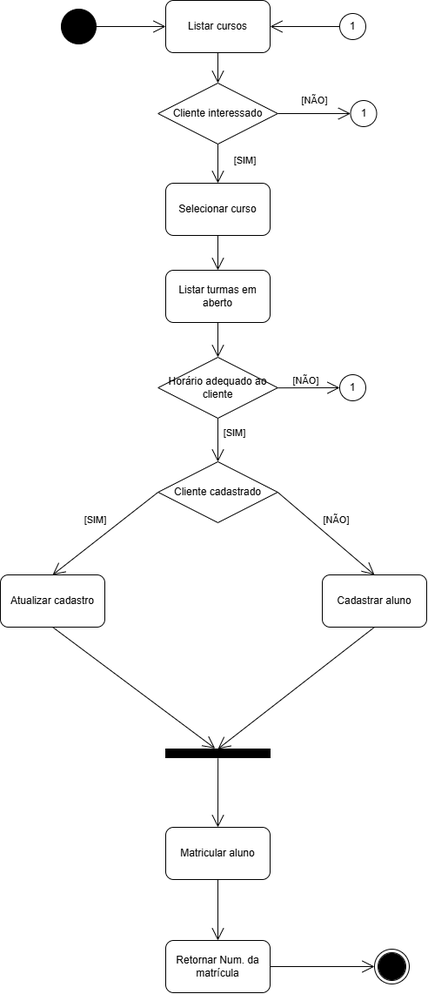
This is APOO/provas/prova01/diagrama_atividade.png from joao-marcos-azvd/Estudos-de-programacao, a draw.io export, as it was before one commit. Source tidied: cells renumbered, new cells last; positions are measured from the earlier drawing's top-left corner, leaving out a move shared by most shapes.
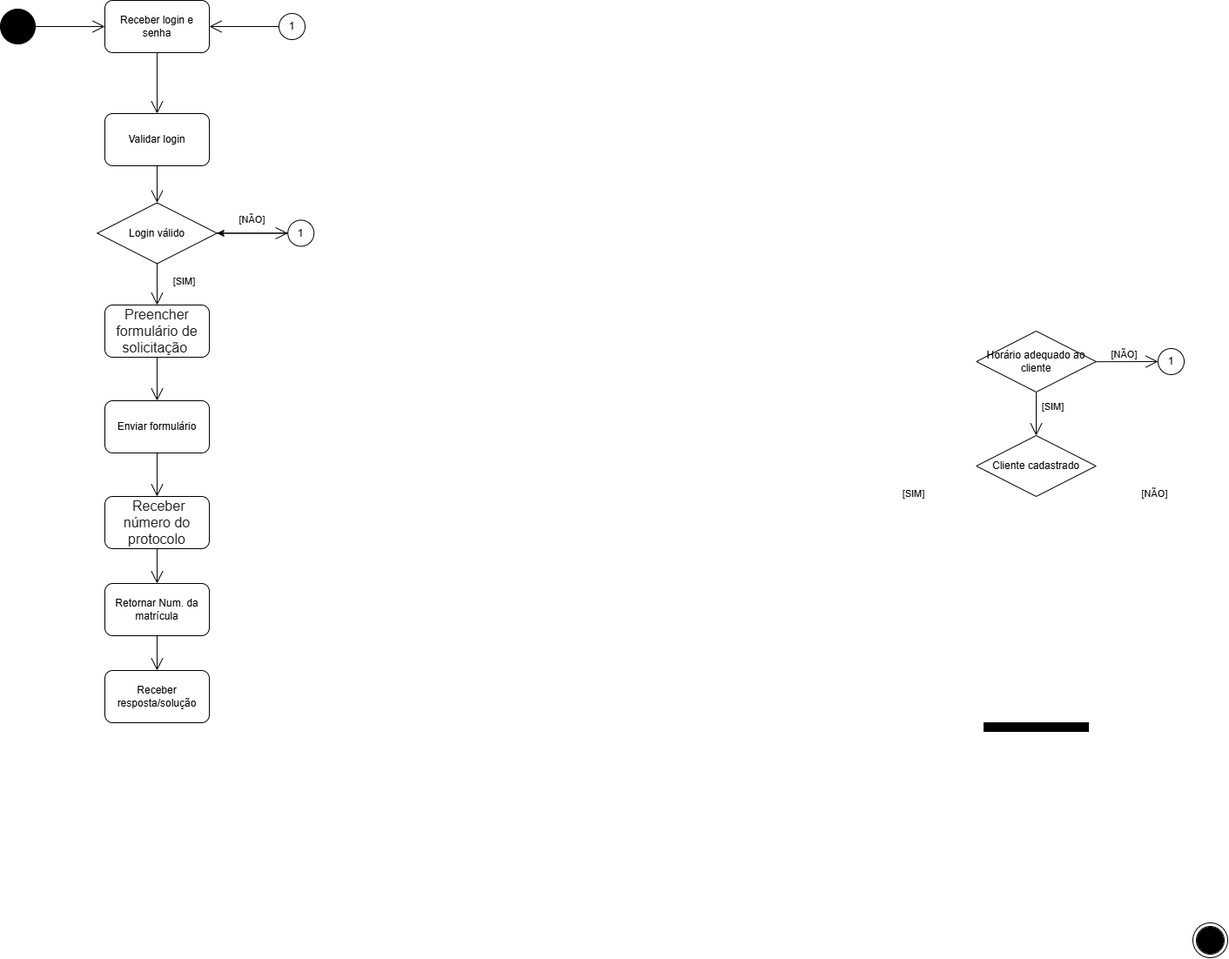
After the commit.

The edit, as a diff of the source:
```diff
@@ -6,27 +6,27 @@
       <mxGeometry x="70" y="10" width="40" height="40" as="geometry" />
     </mxCell>
     <mxCell id="3" style="ellipse;shape=doubleEllipse;whiteSpace=wrap;html=1;" parent="1" vertex="1">
-      <mxGeometry x="430" y="1090" width="40" height="40" as="geometry" />
+      <mxGeometry x="1440" y="1060" width="40" height="40" as="geometry" />
     </mxCell>
     <mxCell id="4" style="ellipse;shape=doubleEllipse;whiteSpace=wrap;html=1;fillColor=#000000;" parent="1" vertex="1">
-      <mxGeometry x="435" y="1095" width="30" height="30" as="geometry" />
+      <mxGeometry x="1445" y="1065" width="30" height="30" as="geometry" />
     </mxCell>
     <mxCell id="5" style="endArrow=open;endFill=1;endSize=12;html=1;rounded=0;exitX=1;exitY=0.5;exitDx=0;exitDy=0;entryX=0;entryY=0.5;entryDx=0;entryDy=0;" parent="1" edge="1" source="2" target="6">
       <mxGeometry relative="1" as="geometry" />
     </mxCell>
-    <mxCell id="6" value="Listar cursos" style="rounded=1;whiteSpace=wrap;html=1;" parent="1" vertex="1">
+    <mxCell id="6" value="Receber login e senha" style="rounded=1;whiteSpace=wrap;html=1;" parent="1" vertex="1">
       <mxGeometry x="190" width="120" height="60" as="geometry" />
     </mxCell>
-    <mxCell id="7" value="Cliente interessado" style="rhombus;whiteSpace=wrap;html=1;" parent="1" vertex="1">
-      <mxGeometry x="181.2" y="95" width="137.5" height="70" as="geometry" />
+    <mxCell id="7" value="Login válido" style="rhombus;whiteSpace=wrap;html=1;" parent="1" vertex="1">
+      <mxGeometry x="181.2" y="232.5" width="137.5" height="70" as="geometry" />
     </mxCell>
-    <mxCell id="8" style="endArrow=open;endFill=1;endSize=12;html=1;rounded=0;exitX=0.5;exitY=1;exitDx=0;exitDy=0;entryX=0.5;entryY=0;entryDx=0;entryDy=0;" parent="1" edge="1" source="6" target="7">
+    <mxCell id="8" style="endArrow=open;endFill=1;endSize=12;html=1;rounded=0;exitX=0.5;exitY=1;exitDx=0;exitDy=0;entryX=0.5;entryY=0;entryDx=0;entryDy=0;" parent="1" edge="1" source="6" target="9">
       <mxGeometry relative="1" as="geometry" />
     </mxCell>
-    <mxCell id="9" value="Selecionar curso" style="rounded=1;whiteSpace=wrap;html=1;" parent="1" vertex="1">
-      <mxGeometry x="190" y="210" width="120" height="60" as="geometry" />
+    <mxCell id="9" value="Validar login" style="rounded=1;whiteSpace=wrap;html=1;" parent="1" vertex="1">
+      <mxGeometry x="190" y="130" width="120" height="60" as="geometry" />
     </mxCell>
-    <mxCell id="10" style="endArrow=open;endFill=1;endSize=12;html=1;rounded=0;exitX=0.5;exitY=1;exitDx=0;exitDy=0;entryX=0.5;entryY=0;entryDx=0;entryDy=0;" parent="1" edge="1" source="7" target="9">
+    <mxCell id="10" style="endArrow=open;endFill=1;endSize=12;html=1;rounded=0;exitX=0.5;exitY=1;exitDx=0;exitDy=0;entryX=0.5;entryY=0;entryDx=0;entryDy=0;" parent="1" edge="1" source="7" target="13">
       <mxGeometry relative="1" as="geometry" />
     </mxCell>
     <mxCell id="11" value="[SIM]" style="edgeLabel;html=1;align=center;verticalAlign=middle;" parent="10" vertex="1">
@@ -35,35 +35,32 @@
       </mxGeometry>
     </mxCell>
     <mxCell id="12" value="[NÃO]" style="edgeLabel;html=1;align=center;verticalAlign=middle;" parent="1" vertex="1">
-      <mxGeometry x="450" y="115" as="geometry">
+      <mxGeometry x="447.8" y="252.5" as="geometry">
         <mxPoint x="-90" y="-1" as="offset" />
       </mxGeometry>
     </mxCell>
-    <mxCell id="13" value="Listar turmas em aberto" style="rounded=1;whiteSpace=wrap;html=1;" parent="1" vertex="1">
-      <mxGeometry x="190" y="310" width="120" height="60" as="geometry" />
+    <mxCell id="13" value="&lt;span style=&quot;color: rgb(32, 33, 36); font-family: docs-Roboto, Helvetica, Arial, sans-serif; font-size: 16px; text-align: start; background-color: rgb(255, 255, 255);&quot;&gt;Preencher formulário de solicitação&amp;nbsp;&lt;/span&gt;" style="rounded=1;whiteSpace=wrap;html=1;" parent="1" vertex="1">
+      <mxGeometry x="190" y="350" width="120" height="60" as="geometry" />
     </mxCell>
-    <mxCell id="14" style="endArrow=open;endFill=1;endSize=12;html=1;rounded=0;exitX=0.5;exitY=1;exitDx=0;exitDy=0;entryX=0.5;entryY=0;entryDx=0;entryDy=0;" parent="1" edge="1" source="9" target="13">
-      <mxGeometry relative="1" as="geometry" />
-    </mxCell>
     <mxCell id="15" style="endArrow=open;endFill=1;endSize=12;html=1;rounded=0;exitX=0.5;exitY=1;exitDx=0;exitDy=0;entryX=0.5;entryY=0;entryDx=0;entryDy=0;" parent="1" edge="1" source="26" target="27">
       <mxGeometry relative="1" as="geometry" />
     </mxCell>
-    <mxCell id="16" style="endArrow=open;endFill=1;endSize=12;html=1;rounded=0;exitX=0.5;exitY=1;exitDx=0;exitDy=0;entryX=0.5;entryY=0;entryDx=0;entryDy=0;" parent="1" edge="1" source="13" target="26">
+    <mxCell id="16" style="endArrow=open;endFill=1;endSize=12;html=1;rounded=0;exitX=0.5;exitY=1;exitDx=0;exitDy=0;entryX=0.5;entryY=0;entryDx=0;entryDy=0;" parent="1" edge="1" source="13" target="31">
       <mxGeometry relative="1" as="geometry" />
     </mxCell>
     <mxCell id="17" value="[SIM]" style="edgeLabel;html=1;align=center;verticalAlign=middle;" parent="1" vertex="1">
-      <mxGeometry x="280" y="490" as="geometry">
+      <mxGeometry x="1290" y="460" as="geometry">
         <mxPoint x="-12" y="6" as="offset" />
       </mxGeometry>
     </mxCell>
     <mxCell id="18" value="1" style="ellipse;whiteSpace=wrap;html=1;" parent="1" vertex="1">
-      <mxGeometry x="390" y="430" width="30" height="30" as="geometry" />
+      <mxGeometry x="1400" y="400" width="30" height="30" as="geometry" />
     </mxCell>
     <mxCell id="19" style="endArrow=open;endFill=1;endSize=12;html=1;rounded=0;entryX=0;entryY=0.5;entryDx=0;entryDy=0;exitX=0.953;exitY=0.503;exitDx=0;exitDy=0;exitPerimeter=0;" parent="1" edge="1" source="26" target="18">
       <mxGeometry relative="1" as="geometry" />
     </mxCell>
     <mxCell id="20" value="[NÃO]" style="edgeLabel;html=1;align=center;verticalAlign=middle;" parent="1" vertex="1">
-      <mxGeometry x="370" y="440" as="geometry">
+      <mxGeometry x="1380" y="410" as="geometry">
         <mxPoint x="-20" y="-4" as="offset" />
       </mxGeometry>
     </mxCell>
@@ -73,65 +70,57 @@
     <mxCell id="22" style="endArrow=open;endFill=1;endSize=12;html=1;rounded=0;exitX=0;exitY=0.5;exitDx=0;exitDy=0;entryX=1;entryY=0.5;entryDx=0;entryDy=0;" parent="1" edge="1" source="21" target="6">
       <mxGeometry relative="1" as="geometry" />
     </mxCell>
+    <mxCell id="41" style="edgeStyle=orthogonalEdgeStyle;rounded=0;jettySize=auto;html=1;" parent="1" edge="1" source="23" target="7">
+      <mxGeometry relative="1" as="geometry" />
+    </mxCell>
     <mxCell id="23" value="1" style="ellipse;whiteSpace=wrap;html=1;" parent="1" vertex="1">
-      <mxGeometry x="402.5" y="115" width="30" height="30" as="geometry" />
+      <mxGeometry x="400.2" y="252.5" width="30" height="30" as="geometry" />
     </mxCell>
     <mxCell id="24" style="endArrow=open;endFill=1;endSize=12;html=1;rounded=0;entryX=0;entryY=0.5;entryDx=0;entryDy=0;exitX=1;exitY=0.5;exitDx=0;exitDy=0;" parent="1" edge="1" source="7" target="23">
       <mxGeometry relative="1" as="geometry" />
     </mxCell>
-    <mxCell id="25" style="endArrow=open;endFill=1;endSize=12;html=1;rounded=0;exitX=0;exitY=0.5;exitDx=0;exitDy=0;entryX=0.5;entryY=0;entryDx=0;entryDy=0;" parent="1" edge="1" source="27" target="31">
-      <mxGeometry relative="1" as="geometry" />
-    </mxCell>
     <mxCell id="26" value="Horário adequado ao cliente" style="rhombus;whiteSpace=wrap;html=1;" parent="1" vertex="1">
-      <mxGeometry x="181.2" y="410" width="137.5" height="70" as="geometry" />
+      <mxGeometry x="1191.2" y="380" width="137.5" height="70" as="geometry" />
     </mxCell>
     <mxCell id="27" value="Cliente cadastrado" style="rhombus;whiteSpace=wrap;html=1;" parent="1" vertex="1">
-      <mxGeometry x="181.2" y="530" width="137.5" height="70" as="geometry" />
+      <mxGeometry x="1191.2" y="500" width="137.5" height="70" as="geometry" />
     </mxCell>
-    <mxCell id="28" style="endArrow=open;endFill=1;endSize=12;html=1;rounded=0;exitX=1;exitY=0.5;exitDx=0;exitDy=0;entryX=0.5;entryY=0;entryDx=0;entryDy=0;" parent="1" edge="1" source="27" target="32">
-      <mxGeometry relative="1" as="geometry" />
-    </mxCell>
     <mxCell id="29" value="[NÃO]" style="edgeLabel;html=1;align=center;verticalAlign=middle;" parent="1" vertex="1">
-      <mxGeometry x="405" y="600" as="geometry">
+      <mxGeometry x="1415" y="570" as="geometry">
         <mxPoint x="-20" y="-4" as="offset" />
       </mxGeometry>
     </mxCell>
     <mxCell id="30" value="[SIM]" style="edgeLabel;html=1;align=center;verticalAlign=middle;" parent="1" vertex="1">
-      <mxGeometry x="120" y="590" as="geometry">
+      <mxGeometry x="1130" y="560" as="geometry">
         <mxPoint x="-12" y="6" as="offset" />
       </mxGeometry>
     </mxCell>
-    <mxCell id="31" value="Atualizar cadastro" style="rounded=1;whiteSpace=wrap;html=1;" parent="1" vertex="1">
-      <mxGeometry y="660" width="120" height="60" as="geometry" />
+    <mxCell id="31" value="Enviar formulário" style="rounded=1;whiteSpace=wrap;html=1;" parent="1" vertex="1">
+      <mxGeometry x="190" y="460" width="120" height="60" as="geometry" />
     </mxCell>
-    <mxCell id="32" value="Cadastrar aluno" style="rounded=1;whiteSpace=wrap;html=1;" parent="1" vertex="1">
-      <mxGeometry x="370" y="660" width="120" height="60" as="geometry" />
+    <mxCell id="32" value="Receber resposta/solução" style="rounded=1;whiteSpace=wrap;html=1;" parent="1" vertex="1">
+      <mxGeometry x="190" y="770" width="120" height="60" as="geometry" />
     </mxCell>
     <mxCell id="33" style="verticalLabelPosition=bottom;verticalAlign=top;html=1;shape=mxgraph.basic.rect;fillColor2=none;strokeWidth=1;size=20;indent=5;fillColor=#000000;" parent="1" vertex="1">
-      <mxGeometry x="190" y="860" width="120" height="10" as="geometry" />
+      <mxGeometry x="1200" y="830" width="120" height="10" as="geometry" />
     </mxCell>
-    <mxCell id="34" style="endArrow=open;endFill=1;endSize=12;html=1;rounded=0;entryX=0.473;entryY=-0.057;entryDx=0;entryDy=0;entryPerimeter=0;exitX=0.5;exitY=1;exitDx=0;exitDy=0;" parent="1" edge="1" source="31" target="33">
+    <mxCell id="34" style="endArrow=open;endFill=1;endSize=12;html=1;rounded=0;entryX=0.5;entryY=0;entryDx=0;entryDy=0;exitX=0.5;exitY=1;exitDx=0;exitDy=0;" parent="1" edge="1" source="31" target="36">
       <mxGeometry relative="1" as="geometry" />
     </mxCell>
-    <mxCell id="35" style="endArrow=open;endFill=1;endSize=12;html=1;rounded=0;exitX=0.5;exitY=1;exitDx=0;exitDy=0;" parent="1" edge="1" source="32">
-      <mxGeometry relative="1" as="geometry">
-        <mxPoint x="250" y="860" as="targetPoint" />
-      </mxGeometry>
-    </mxCell>
-    <mxCell id="36" value="Matricular aluno" style="rounded=1;whiteSpace=wrap;html=1;" parent="1" vertex="1">
-      <mxGeometry x="190" y="950" width="120" height="60" as="geometry" />
+    <mxCell id="36" value="&lt;span style=&quot;color: rgb(32, 33, 36); font-family: docs-Roboto, Helvetica, Arial, sans-serif; font-size: 16px; text-align: start; background-color: rgb(255, 255, 255);&quot;&gt;&amp;nbsp;Receber número do protocolo&lt;/span&gt;" style="rounded=1;whiteSpace=wrap;html=1;" parent="1" vertex="1">
+      <mxGeometry x="190" y="570" width="120" height="60" as="geometry" />
     </mxCell>
-    <mxCell id="37" style="endArrow=open;endFill=1;endSize=12;html=1;rounded=0;exitX=0.501;exitY=1.086;exitDx=0;exitDy=0;entryX=0.5;entryY=0;entryDx=0;entryDy=0;exitPerimeter=0;" parent="1" edge="1" source="33" target="36">
-      <mxGeometry relative="1" as="geometry" />
-    </mxCell>
     <mxCell id="38" value="Retornar Num. da matrícula" style="rounded=1;whiteSpace=wrap;html=1;" parent="1" vertex="1">
-      <mxGeometry x="190" y="1080" width="120" height="60" as="geometry" />
+      <mxGeometry x="190" y="670" width="120" height="60" as="geometry" />
     </mxCell>
     <mxCell id="39" style="endArrow=open;endFill=1;endSize=12;html=1;rounded=0;exitX=0.5;exitY=1;exitDx=0;exitDy=0;entryX=0.5;entryY=0;entryDx=0;entryDy=0;" parent="1" edge="1" source="36" target="38">
       <mxGeometry relative="1" as="geometry" />
     </mxCell>
-    <mxCell id="40" style="endArrow=open;endFill=1;endSize=12;html=1;rounded=0;exitX=1;exitY=0.5;exitDx=0;exitDy=0;entryX=0;entryY=0.5;entryDx=0;entryDy=0;" parent="1" edge="1" source="38" target="3">
+    <mxCell id="40" style="endArrow=open;endFill=1;endSize=12;html=1;rounded=0;exitX=0.5;exitY=1;exitDx=0;exitDy=0;entryX=0.5;entryY=0;entryDx=0;entryDy=0;" parent="1" edge="1" source="38" target="32">
       <mxGeometry relative="1" as="geometry" />
     </mxCell>
+    <mxCell id="42" style="endArrow=open;endFill=1;endSize=12;html=1;rounded=0;exitX=0.5;exitY=1;exitDx=0;exitDy=0;entryX=0.5;entryY=0;entryDx=0;entryDy=0;" parent="1" edge="1" source="9" target="7">
+      <mxGeometry relative="1" as="geometry" />
+    </mxCell>
   </root>
 </mxGraphModel>
```
